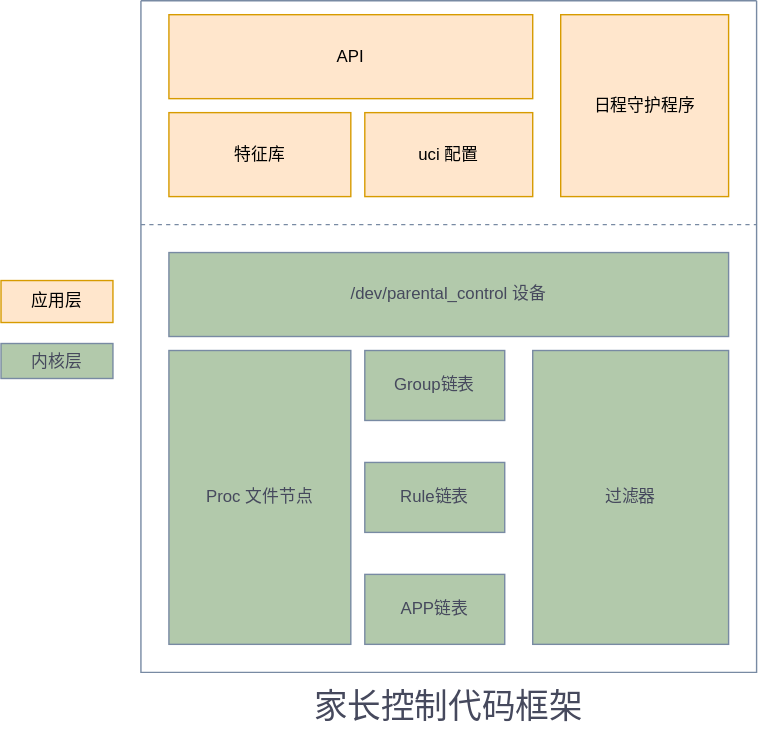
The draw.io diagram img/framework.svg in gl-inet/parental-control, before a commit. Source tidied: cells renumbered, new cells last; positions are measured from the earlier drawing's top-left corner, leaving out a move shared by most shapes. The source it was exported from:
```xml
<mxGraphModel>
  <root>
    <mxCell id="0" />
    <mxCell id="1" parent="0" />
    <mxCell id="2" value="过滤器" style="rounded=0;whiteSpace=wrap;html=1;fillColor=#B2C9AB;strokeColor=#788AA3;fontColor=#46495D;" parent="1" vertex="1">
      <mxGeometry x="380" y="250" width="140" height="210" as="geometry" />
    </mxCell>
    <mxCell id="3" value="Group链表" style="rounded=0;whiteSpace=wrap;html=1;fillColor=#B2C9AB;strokeColor=#788AA3;fontColor=#46495D;" parent="1" vertex="1">
      <mxGeometry x="260" y="250" width="100" height="50" as="geometry" />
    </mxCell>
    <mxCell id="4" value="Rule链表" style="rounded=0;whiteSpace=wrap;html=1;fillColor=#B2C9AB;strokeColor=#788AA3;fontColor=#46495D;" parent="1" vertex="1">
      <mxGeometry x="260" y="330" width="100" height="50" as="geometry" />
    </mxCell>
    <mxCell id="5" value="APP链表" style="rounded=0;whiteSpace=wrap;html=1;fillColor=#B2C9AB;strokeColor=#788AA3;fontColor=#46495D;" parent="1" vertex="1">
      <mxGeometry x="260" y="410" width="100" height="50" as="geometry" />
    </mxCell>
    <mxCell id="6" value="Proc 文件节点" style="rounded=0;whiteSpace=wrap;html=1;fillColor=#B2C9AB;strokeColor=#788AA3;fontColor=#46495D;" parent="1" vertex="1">
      <mxGeometry x="120" y="250" width="130" height="210" as="geometry" />
    </mxCell>
    <mxCell id="7" value="/dev/parental_control 设备" style="rounded=0;whiteSpace=wrap;html=1;fillColor=#B2C9AB;strokeColor=#788AA3;fontColor=#46495D;" parent="1" vertex="1">
      <mxGeometry x="120" y="180" width="400" height="60" as="geometry" />
    </mxCell>
    <mxCell id="8" value="uci 配置" style="rounded=0;whiteSpace=wrap;html=1;fillColor=#ffe6cc;strokeColor=#d79b00;" parent="1" vertex="1">
      <mxGeometry x="260" y="80" width="120" height="60" as="geometry" />
    </mxCell>
    <mxCell id="9" value="特征库" style="rounded=0;whiteSpace=wrap;html=1;fillColor=#ffe6cc;strokeColor=#d79b00;" parent="1" vertex="1">
      <mxGeometry x="120" y="80" width="130" height="60" as="geometry" />
    </mxCell>
    <mxCell id="10" value="日程守护程序" style="rounded=0;whiteSpace=wrap;html=1;fillColor=#ffe6cc;strokeColor=#d79b00;" parent="1" vertex="1">
      <mxGeometry x="400" y="10" width="120" height="130" as="geometry" />
    </mxCell>
    <mxCell id="11" value="API" style="rounded=0;whiteSpace=wrap;html=1;fillColor=#ffe6cc;strokeColor=#d79b00;" parent="1" vertex="1">
      <mxGeometry x="120" y="10" width="260" height="60" as="geometry" />
    </mxCell>
    <mxCell id="12" style="endArrow=none;html=1;rounded=0;strokeColor=#788AA3;fontColor=#46495D;fillColor=#B2C9AB;dashed=1;" parent="1" edge="1">
      <mxGeometry relative="1" as="geometry">
        <mxPoint x="100" y="160" as="sourcePoint" />
        <mxPoint x="540" y="160" as="targetPoint" />
      </mxGeometry>
    </mxCell>
    <mxCell id="13" style="swimlane;startSize=0;strokeColor=#788AA3;fontColor=#46495D;fillColor=#B2C9AB;" parent="1" vertex="1">
      <mxGeometry x="100" width="440" height="480" as="geometry" />
    </mxCell>
    <mxCell id="14" value="应用层" style="rounded=0;whiteSpace=wrap;html=1;fillColor=#ffe6cc;strokeColor=#d79b00;" parent="1" vertex="1">
      <mxGeometry y="200" width="80" height="30" as="geometry" />
    </mxCell>
    <mxCell id="15" value="内核层" style="rounded=0;whiteSpace=wrap;html=1;fillColor=#B2C9AB;strokeColor=#788AA3;fontColor=#46495D;" parent="1" vertex="1">
      <mxGeometry y="245" width="80" height="25" as="geometry" />
    </mxCell>
    <mxCell id="16" value="家长控制代码框架" style="text;html=1;strokeColor=none;fillColor=none;align=center;verticalAlign=middle;whiteSpace=wrap;rounded=0;fontColor=#46495D;fontSize=24;" parent="1" vertex="1">
      <mxGeometry x="205" y="490" width="230" height="30" as="geometry" />
    </mxCell>
  </root>
</mxGraphModel>
```
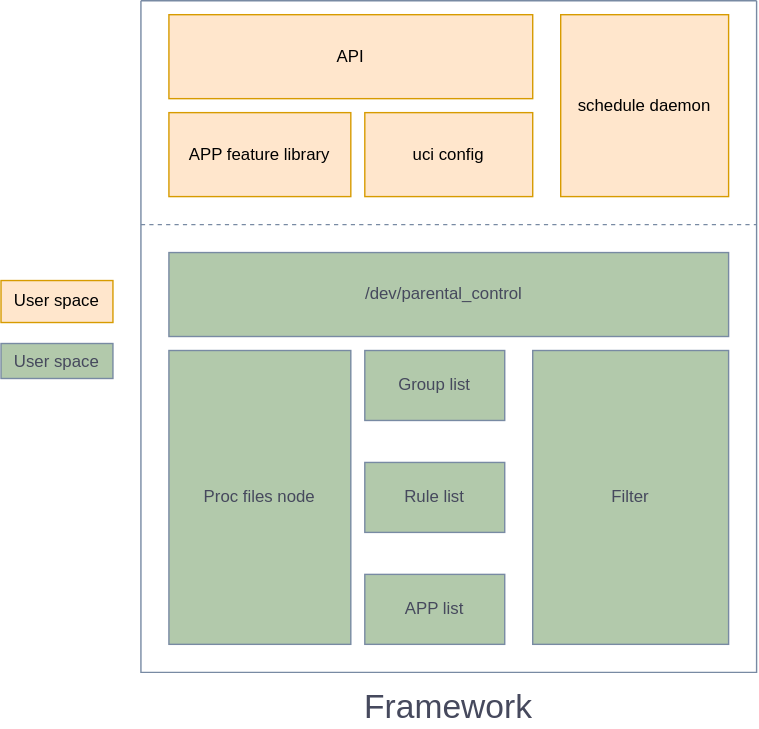
The same diagram one commit later.

Diff of the diagram source:
```diff
@@ -2,31 +2,31 @@
   <root>
     <mxCell id="0" />
     <mxCell id="1" parent="0" />
-    <mxCell id="2" value="过滤器" style="rounded=0;whiteSpace=wrap;html=1;fillColor=#B2C9AB;strokeColor=#788AA3;fontColor=#46495D;" parent="1" vertex="1">
+    <mxCell id="2" value="Filter" style="rounded=0;whiteSpace=wrap;html=1;fillColor=#B2C9AB;strokeColor=#788AA3;fontColor=#46495D;" parent="1" vertex="1">
       <mxGeometry x="380" y="250" width="140" height="210" as="geometry" />
     </mxCell>
-    <mxCell id="3" value="Group链表" style="rounded=0;whiteSpace=wrap;html=1;fillColor=#B2C9AB;strokeColor=#788AA3;fontColor=#46495D;" parent="1" vertex="1">
+    <mxCell id="3" value="Group list" style="rounded=0;whiteSpace=wrap;html=1;fillColor=#B2C9AB;strokeColor=#788AA3;fontColor=#46495D;" parent="1" vertex="1">
       <mxGeometry x="260" y="250" width="100" height="50" as="geometry" />
     </mxCell>
-    <mxCell id="4" value="Rule链表" style="rounded=0;whiteSpace=wrap;html=1;fillColor=#B2C9AB;strokeColor=#788AA3;fontColor=#46495D;" parent="1" vertex="1">
+    <mxCell id="4" value="Rule list" style="rounded=0;whiteSpace=wrap;html=1;fillColor=#B2C9AB;strokeColor=#788AA3;fontColor=#46495D;" parent="1" vertex="1">
       <mxGeometry x="260" y="330" width="100" height="50" as="geometry" />
     </mxCell>
-    <mxCell id="5" value="APP链表" style="rounded=0;whiteSpace=wrap;html=1;fillColor=#B2C9AB;strokeColor=#788AA3;fontColor=#46495D;" parent="1" vertex="1">
+    <mxCell id="5" value="APP list" style="rounded=0;whiteSpace=wrap;html=1;fillColor=#B2C9AB;strokeColor=#788AA3;fontColor=#46495D;" parent="1" vertex="1">
       <mxGeometry x="260" y="410" width="100" height="50" as="geometry" />
     </mxCell>
-    <mxCell id="6" value="Proc 文件节点" style="rounded=0;whiteSpace=wrap;html=1;fillColor=#B2C9AB;strokeColor=#788AA3;fontColor=#46495D;" parent="1" vertex="1">
+    <mxCell id="6" value="Proc files node" style="rounded=0;whiteSpace=wrap;html=1;fillColor=#B2C9AB;strokeColor=#788AA3;fontColor=#46495D;" parent="1" vertex="1">
       <mxGeometry x="120" y="250" width="130" height="210" as="geometry" />
     </mxCell>
-    <mxCell id="7" value="/dev/parental_control 设备" style="rounded=0;whiteSpace=wrap;html=1;fillColor=#B2C9AB;strokeColor=#788AA3;fontColor=#46495D;" parent="1" vertex="1">
+    <mxCell id="7" value="/dev/parental_control&amp;nbsp;&amp;nbsp;" style="rounded=0;whiteSpace=wrap;html=1;fillColor=#B2C9AB;strokeColor=#788AA3;fontColor=#46495D;" parent="1" vertex="1">
       <mxGeometry x="120" y="180" width="400" height="60" as="geometry" />
     </mxCell>
-    <mxCell id="8" value="uci 配置" style="rounded=0;whiteSpace=wrap;html=1;fillColor=#ffe6cc;strokeColor=#d79b00;" parent="1" vertex="1">
+    <mxCell id="8" value="uci config" style="rounded=0;whiteSpace=wrap;html=1;fillColor=#ffe6cc;strokeColor=#d79b00;" parent="1" vertex="1">
       <mxGeometry x="260" y="80" width="120" height="60" as="geometry" />
     </mxCell>
-    <mxCell id="9" value="特征库" style="rounded=0;whiteSpace=wrap;html=1;fillColor=#ffe6cc;strokeColor=#d79b00;" parent="1" vertex="1">
+    <mxCell id="9" value="APP feature library" style="rounded=0;whiteSpace=wrap;html=1;fillColor=#ffe6cc;strokeColor=#d79b00;" parent="1" vertex="1">
       <mxGeometry x="120" y="80" width="130" height="60" as="geometry" />
     </mxCell>
-    <mxCell id="10" value="日程守护程序" style="rounded=0;whiteSpace=wrap;html=1;fillColor=#ffe6cc;strokeColor=#d79b00;" parent="1" vertex="1">
+    <mxCell id="10" value="schedule daemon" style="rounded=0;whiteSpace=wrap;html=1;fillColor=#ffe6cc;strokeColor=#d79b00;" parent="1" vertex="1">
       <mxGeometry x="400" y="10" width="120" height="130" as="geometry" />
     </mxCell>
     <mxCell id="11" value="API" style="rounded=0;whiteSpace=wrap;html=1;fillColor=#ffe6cc;strokeColor=#d79b00;" parent="1" vertex="1">
@@ -41,13 +41,13 @@
     <mxCell id="13" style="swimlane;startSize=0;strokeColor=#788AA3;fontColor=#46495D;fillColor=#B2C9AB;" parent="1" vertex="1">
       <mxGeometry x="100" width="440" height="480" as="geometry" />
     </mxCell>
-    <mxCell id="14" value="应用层" style="rounded=0;whiteSpace=wrap;html=1;fillColor=#ffe6cc;strokeColor=#d79b00;" parent="1" vertex="1">
+    <mxCell id="14" value="User space" style="rounded=0;whiteSpace=wrap;html=1;fillColor=#ffe6cc;strokeColor=#d79b00;" parent="1" vertex="1">
       <mxGeometry y="200" width="80" height="30" as="geometry" />
     </mxCell>
-    <mxCell id="15" value="内核层" style="rounded=0;whiteSpace=wrap;html=1;fillColor=#B2C9AB;strokeColor=#788AA3;fontColor=#46495D;" parent="1" vertex="1">
+    <mxCell id="15" value="User space" style="rounded=0;whiteSpace=wrap;html=1;fillColor=#B2C9AB;strokeColor=#788AA3;fontColor=#46495D;" parent="1" vertex="1">
       <mxGeometry y="245" width="80" height="25" as="geometry" />
     </mxCell>
-    <mxCell id="16" value="家长控制代码框架" style="text;html=1;strokeColor=none;fillColor=none;align=center;verticalAlign=middle;whiteSpace=wrap;rounded=0;fontColor=#46495D;fontSize=24;" parent="1" vertex="1">
+    <mxCell id="16" value="Framework" style="text;html=1;strokeColor=none;fillColor=none;align=center;verticalAlign=middle;whiteSpace=wrap;rounded=0;fontColor=#46495D;fontSize=24;" parent="1" vertex="1">
       <mxGeometry x="205" y="490" width="230" height="30" as="geometry" />
     </mxCell>
   </root>
```
